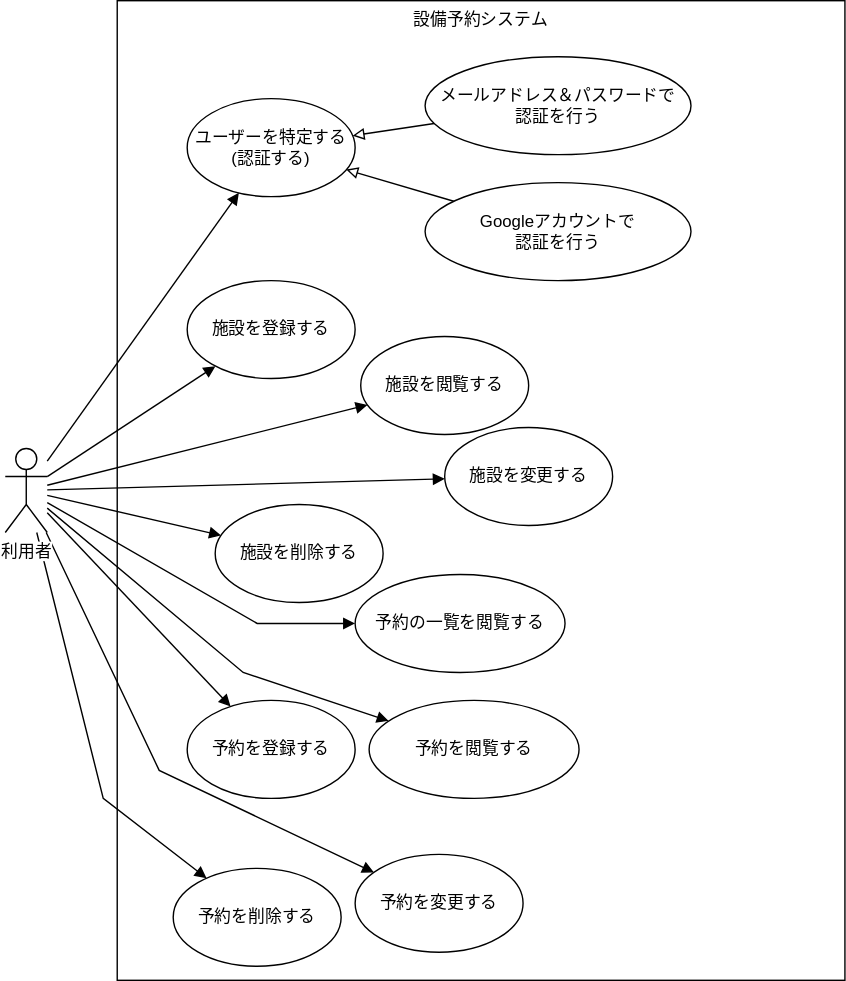
This is docs/usecase.drawio.svg from ebi311/facility-reservation, a draw.io export, as it was before one commit. Source tidied: cells renumbered, new cells last; positions are measured from the earlier drawing's top-left corner, leaving out a move shared by most shapes.
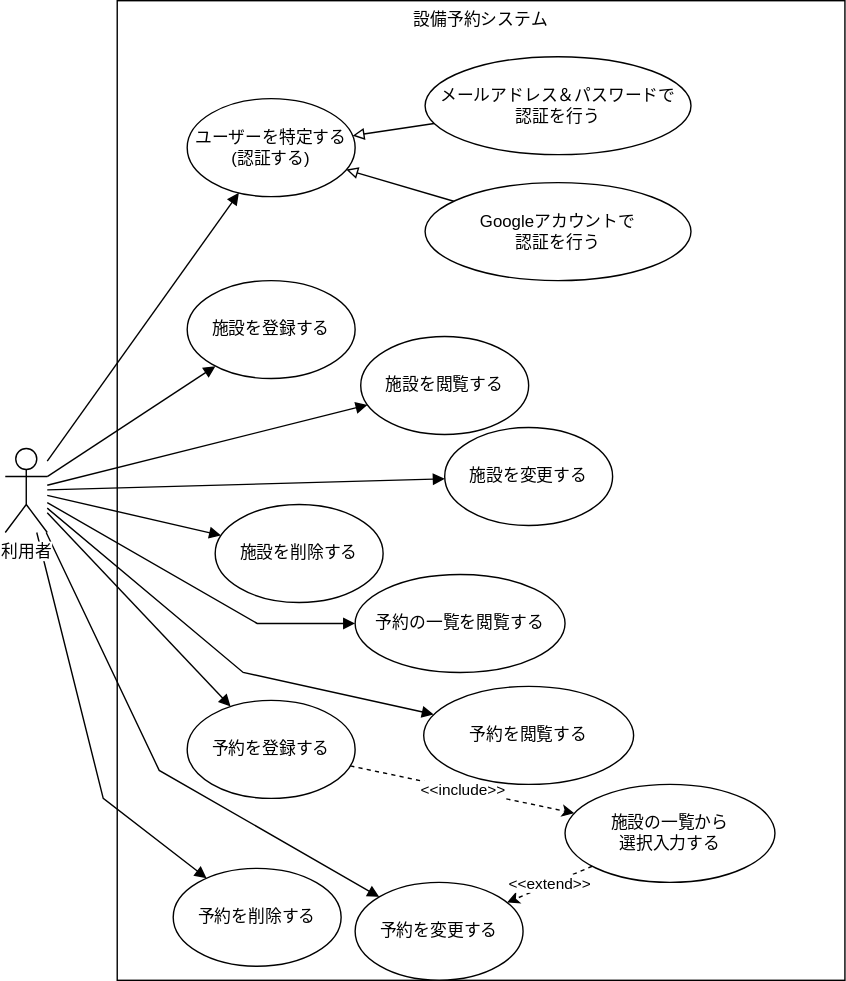
The same diagram one commit later.

Commit message:
ユースケース記述を追加した

What changed in the source:
```diff
@@ -29,11 +29,14 @@
     <mxCell id="10" value="施設を削除する" style="ellipse;whiteSpace=wrap;html=1;" parent="1" vertex="1">
       <mxGeometry x="150" y="360" width="120" height="70" as="geometry" />
     </mxCell>
+    <mxCell id="28" value="&amp;lt;&amp;lt;include&amp;gt;&amp;gt;" style="rounded=0;jettySize=auto;html=1;dashed=1;" parent="1" edge="1" source="11" target="30">
+      <mxGeometry relative="1" as="geometry" />
+    </mxCell>
     <mxCell id="11" value="予約を登録する" style="ellipse;whiteSpace=wrap;html=1;" parent="1" vertex="1">
       <mxGeometry x="130" y="500" width="120" height="70" as="geometry" />
     </mxCell>
     <mxCell id="12" value="予約を変更する" style="ellipse;whiteSpace=wrap;html=1;" parent="1" vertex="1">
-      <mxGeometry x="250" y="610" width="120" height="70" as="geometry" />
+      <mxGeometry x="250" y="630" width="120" height="70" as="geometry" />
     </mxCell>
     <mxCell id="13" value="予約を削除する" style="ellipse;whiteSpace=wrap;html=1;" parent="1" vertex="1">
       <mxGeometry x="120" y="620" width="120" height="70" as="geometry" />
@@ -94,7 +97,13 @@
       <mxGeometry x="254" y="240" width="120" height="70" as="geometry" />
     </mxCell>
     <mxCell id="27" value="予約を閲覧する" style="ellipse;whiteSpace=wrap;html=1;" parent="1" vertex="1">
-      <mxGeometry x="260" y="500" width="150" height="70" as="geometry" />
+      <mxGeometry x="299" y="490" width="150" height="70" as="geometry" />
     </mxCell>
+    <mxCell id="29" value="&amp;lt;&amp;lt;extend&amp;gt;&amp;gt;" style="edgeStyle=none;rounded=0;jettySize=auto;html=1;dashed=1;" parent="1" edge="1" source="30" target="12">
+      <mxGeometry relative="1" as="geometry" />
+    </mxCell>
+    <mxCell id="30" value="施設の一覧から&lt;br&gt;選択入力する" style="ellipse;whiteSpace=wrap;html=1;" parent="1" vertex="1">
+      <mxGeometry x="400" y="560" width="150" height="70" as="geometry" />
+    </mxCell>
   </root>
 </mxGraphModel>
```
